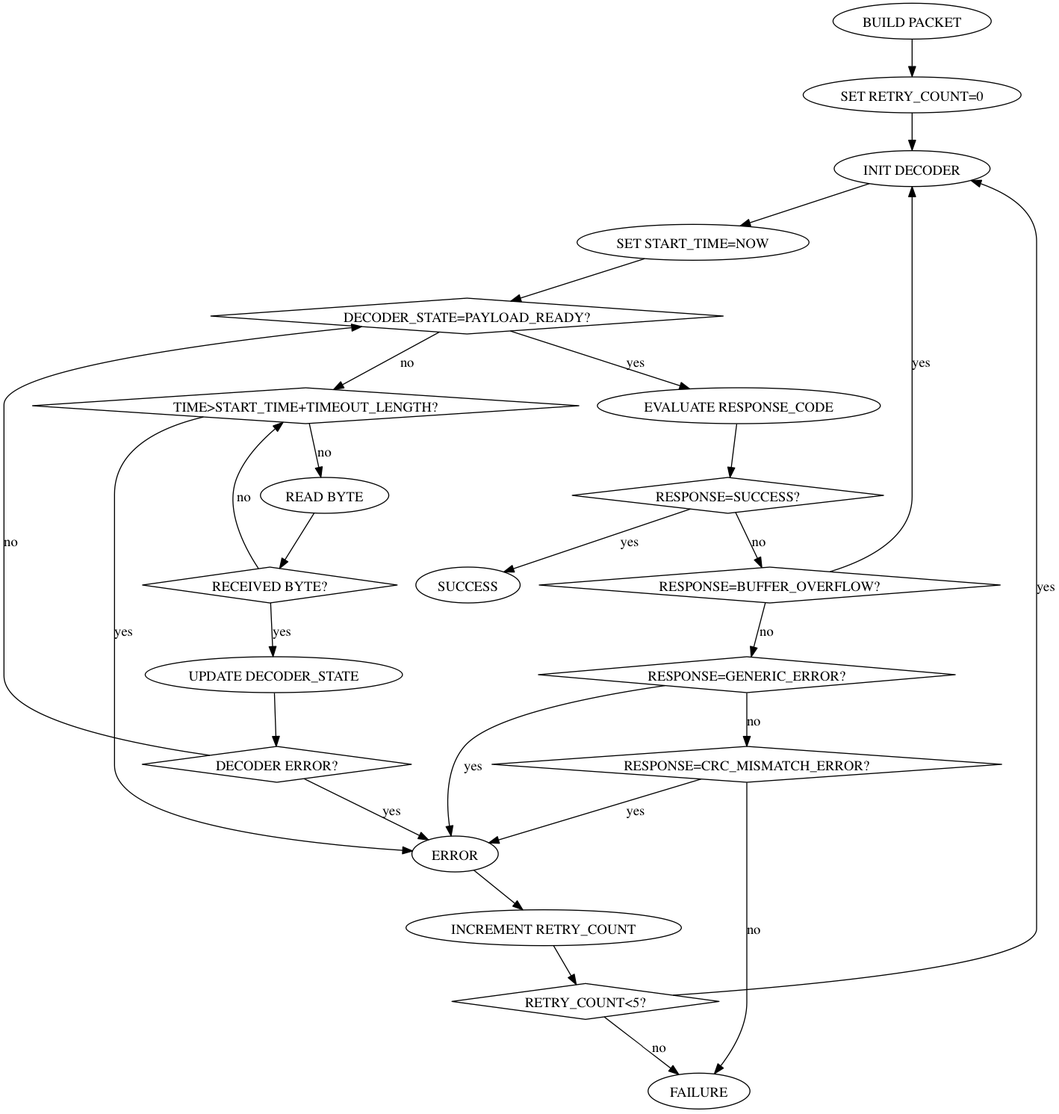
Before: doc/SendCommand.png, a diagram exported from Graphviz (okeefm/s3g). Its source is kept beside it as doc/SendCommand.dot. Its diagram source:
```dot

digraph
{
  "BUILD PACKET" -> "SET RETRY_COUNT=0";
  "SET RETRY_COUNT=0" -> "INIT DECODER";
  "INIT DECODER" -> "SET START_TIME=NOW";
  "SET START_TIME=NOW" -> "DECODER_STATE=PAYLOAD_READY?";

  "DECODER_STATE=PAYLOAD_READY?" [shape=diamond];
  "DECODER_STATE=PAYLOAD_READY?" -> "TIME>START_TIME+TIMEOUT_LENGTH?" [label="no"];
  "DECODER_STATE=PAYLOAD_READY?" -> "EVALUATE RESPONSE_CODE" [label="yes"];

  "TIME>START_TIME+TIMEOUT_LENGTH?" [shape=diamond];
  "TIME>START_TIME+TIMEOUT_LENGTH?" -> "READ BYTE" [label="no"];
  "TIME>START_TIME+TIMEOUT_LENGTH?" -> "ERROR" [label="yes"];

  "READ BYTE" -> "RECEIVED BYTE?";
  "RECEIVED BYTE?" [shape=diamond];
  "RECEIVED BYTE?" -> "TIME>START_TIME+TIMEOUT_LENGTH?" [label="no"];
  "RECEIVED BYTE?" -> "UPDATE DECODER_STATE" [label="yes"];

  "UPDATE DECODER_STATE" -> "DECODER ERROR?";
  "DECODER ERROR?" [shape=diamond];
  "DECODER ERROR?" -> "ERROR" [label="yes"];
  "DECODER ERROR?" -> "DECODER_STATE=PAYLOAD_READY?" [label="no"];

  "EVALUATE RESPONSE_CODE" -> "RESPONSE=SUCCESS?";
  "RESPONSE=SUCCESS?" [shape=diamond];
  "RESPONSE=SUCCESS?" -> "SUCCESS" [label="yes"];
  "RESPONSE=SUCCESS?" -> "RESPONSE=BUFFER_OVERFLOW?" [label="no"];

  "RESPONSE=BUFFER_OVERFLOW?" [shape=diamond];
  "RESPONSE=BUFFER_OVERFLOW?" -> "INIT DECODER" [label="yes"];
  "RESPONSE=BUFFER_OVERFLOW?" -> "RESPONSE=GENERIC_ERROR?" [label="no"];

  "RESPONSE=GENERIC_ERROR?" [shape=diamond];
  "RESPONSE=GENERIC_ERROR?" -> "ERROR" [label="yes"];
  "RESPONSE=GENERIC_ERROR?" -> "RESPONSE=CRC_MISMATCH_ERROR?" [label="no"];

  "RESPONSE=CRC_MISMATCH_ERROR?" [shape=diamond];
  "RESPONSE=CRC_MISMATCH_ERROR?" -> "ERROR" [label="yes"];
  "RESPONSE=CRC_MISMATCH_ERROR?" -> "FAILURE" [label="no"];

  "ERROR" -> "INCREMENT RETRY_COUNT";

  "INCREMENT RETRY_COUNT" -> "RETRY_COUNT<5?";
  "RETRY_COUNT<5?" [shape=diamond];
  "RETRY_COUNT<5?" -> "FAILURE" [label="no"];
  "RETRY_COUNT<5?" -> "INIT DECODER" [label="yes"];

}
```
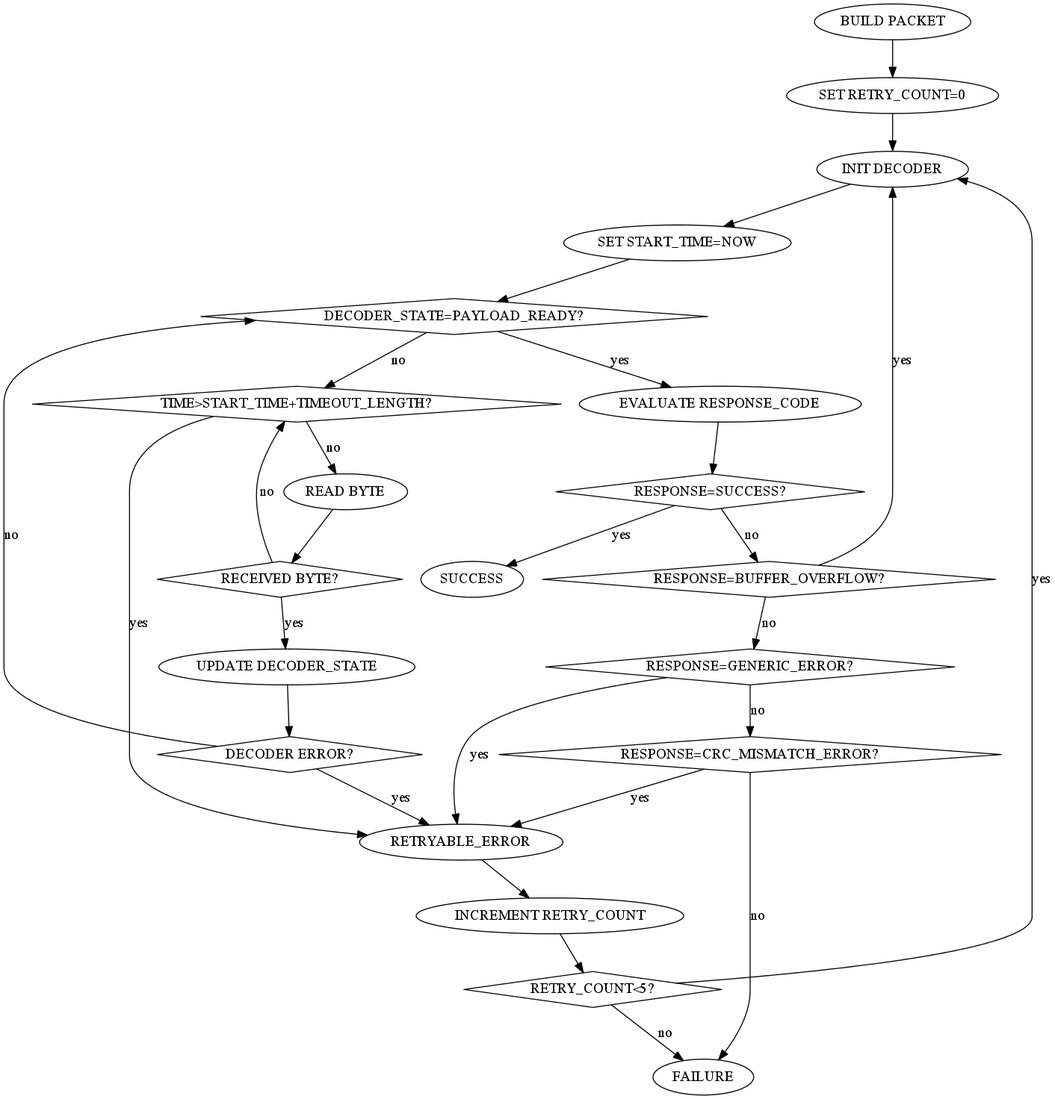
After the commit.

What changed in the source:
```diff
@@ -12,7 +12,7 @@
 
   "TIME>START_TIME+TIMEOUT_LENGTH?" [shape=diamond];
   "TIME>START_TIME+TIMEOUT_LENGTH?" -> "READ BYTE" [label="no"];
-  "TIME>START_TIME+TIMEOUT_LENGTH?" -> "ERROR" [label="yes"];
+  "TIME>START_TIME+TIMEOUT_LENGTH?" -> "RETRYABLE_ERROR" [label="yes"];
 
   "READ BYTE" -> "RECEIVED BYTE?";
   "RECEIVED BYTE?" [shape=diamond];
@@ -21,7 +21,7 @@
 
   "UPDATE DECODER_STATE" -> "DECODER ERROR?";
   "DECODER ERROR?" [shape=diamond];
-  "DECODER ERROR?" -> "ERROR" [label="yes"];
+  "DECODER ERROR?" -> "RETRYABLE_ERROR" [label="yes"];
   "DECODER ERROR?" -> "DECODER_STATE=PAYLOAD_READY?" [label="no"];
 
   "EVALUATE RESPONSE_CODE" -> "RESPONSE=SUCCESS?";
@@ -34,14 +34,14 @@
   "RESPONSE=BUFFER_OVERFLOW?" -> "RESPONSE=GENERIC_ERROR?" [label="no"];
 
   "RESPONSE=GENERIC_ERROR?" [shape=diamond];
-  "RESPONSE=GENERIC_ERROR?" -> "ERROR" [label="yes"];
+  "RESPONSE=GENERIC_ERROR?" -> "RETRYABLE_ERROR" [label="yes"];
   "RESPONSE=GENERIC_ERROR?" -> "RESPONSE=CRC_MISMATCH_ERROR?" [label="no"];
 
   "RESPONSE=CRC_MISMATCH_ERROR?" [shape=diamond];
-  "RESPONSE=CRC_MISMATCH_ERROR?" -> "ERROR" [label="yes"];
+  "RESPONSE=CRC_MISMATCH_ERROR?" -> "RETRYABLE_ERROR" [label="yes"];
   "RESPONSE=CRC_MISMATCH_ERROR?" -> "FAILURE" [label="no"];
 
-  "ERROR" -> "INCREMENT RETRY_COUNT";
+  "RETRYABLE_ERROR" -> "INCREMENT RETRY_COUNT";
 
   "INCREMENT RETRY_COUNT" -> "RETRY_COUNT<5?";
   "RETRY_COUNT<5?" [shape=diamond];
```
